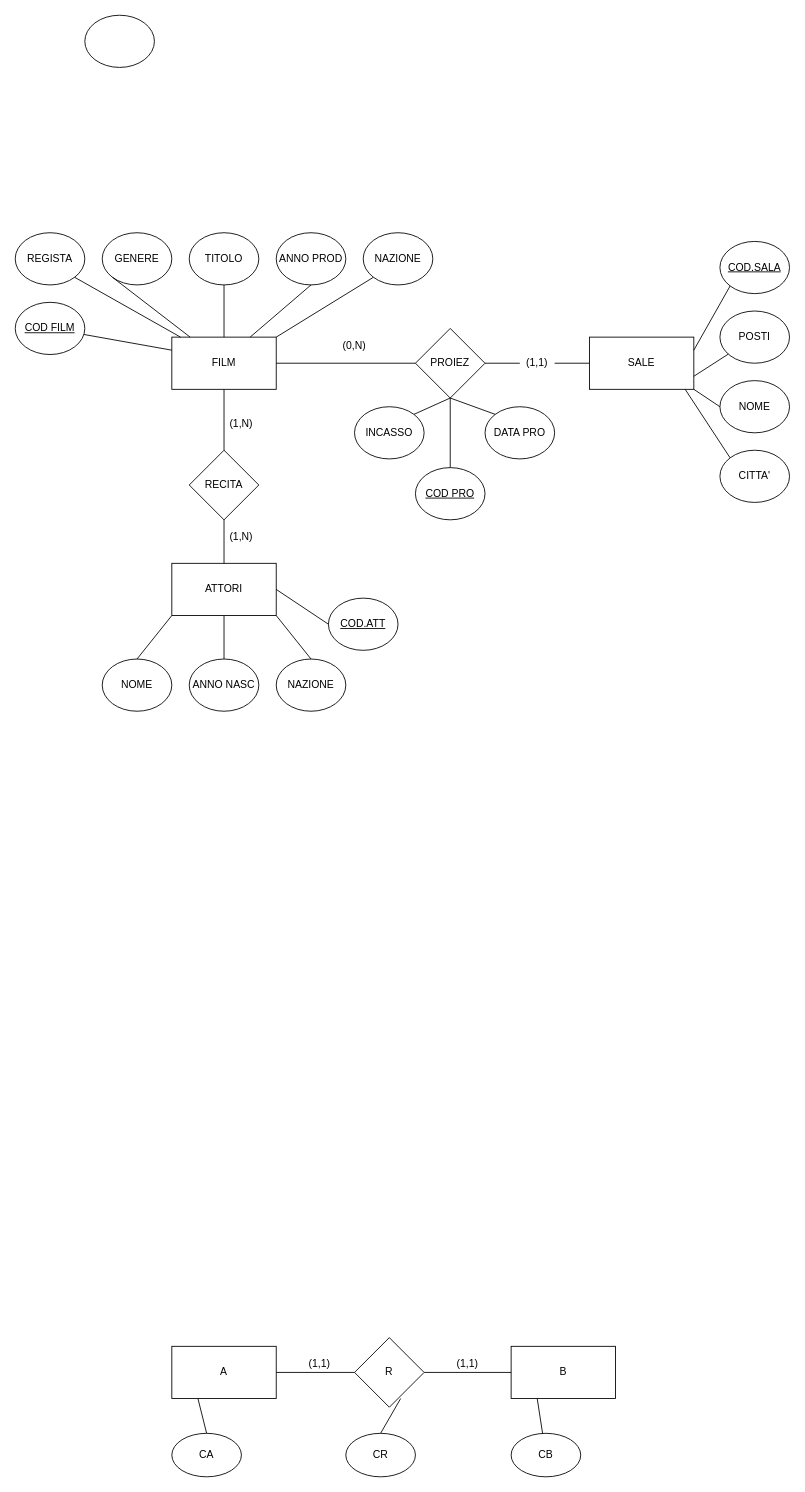
Above: cinema.drawio in LilAnciel/Project (draw.io), before the change. Source tidied: cells renumbered, new cells numbered last; positions are measured from the earlier drawing's top-left corner, leaving out a move shared by most shapes. Both pictures are drawn from the tidied source at 87%, with x=0, y=0 at pixel (15, 15).
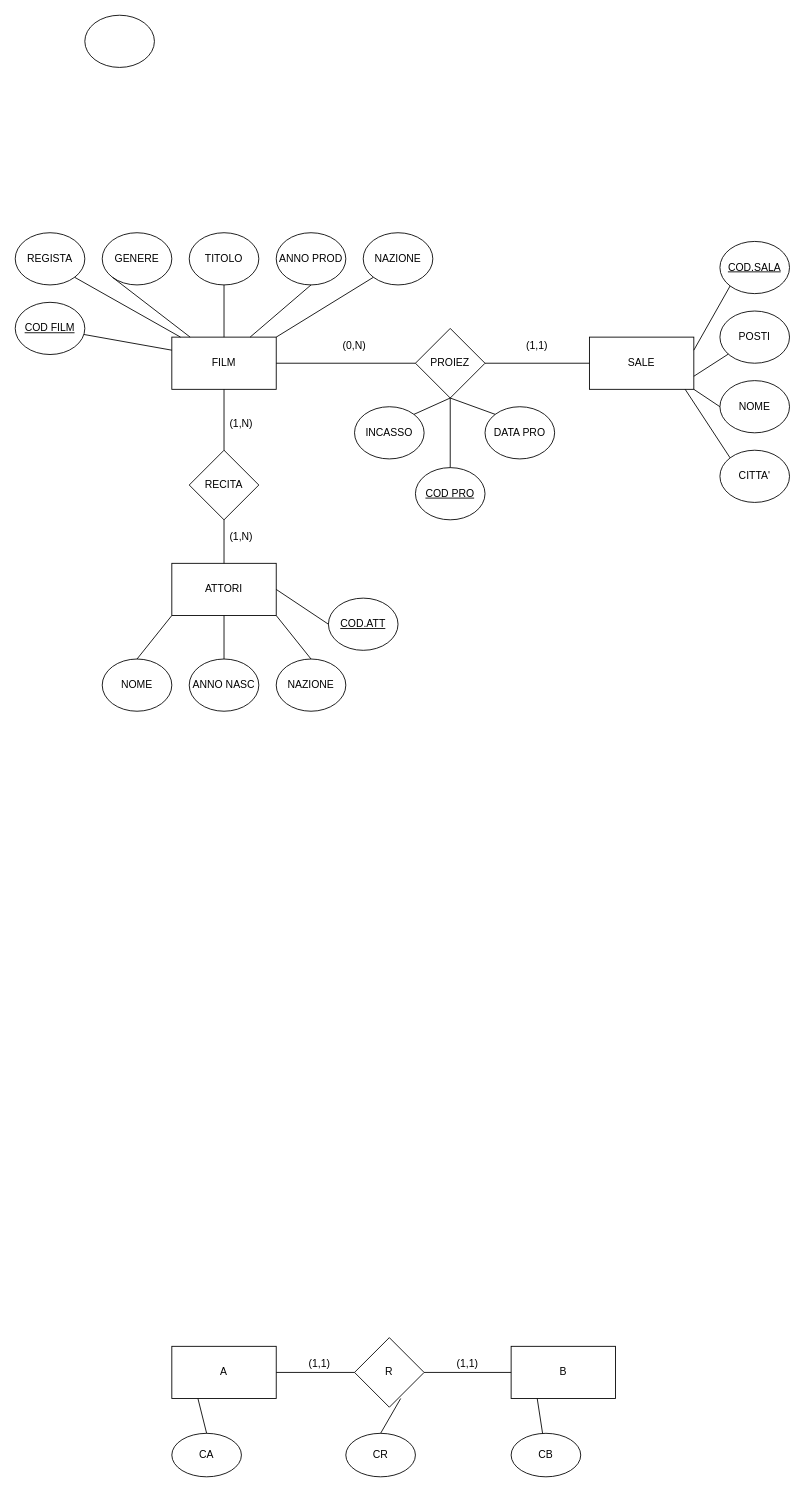
The same page after the edit.

The change refers to these unchanged cells:
```xml
<mxCell id="29" value="PROIEZ" style="rhombus;whiteSpace=wrap;html=1;" parent="1" vertex="1">
  <mxGeometry x="460" y="360" width="80" height="80" as="geometry" />
</mxCell>
<mxCell id="30" value="SALE" style="rounded=0;whiteSpace=wrap;html=1;" parent="1" vertex="1">
  <mxGeometry x="660" y="370" width="120" height="60" as="geometry" />
</mxCell>
```

Change to the diagram source:
```diff
@@
-    <mxCell id="32" style="endArrow=none;html=1;exitX=1;exitY=0.5;exitDx=0;exitDy=0;entryX=0;entryY=0.5;entryDx=0;entryDy=0;" parent="1" edge="1" source="61" target="30">
-      <mxGeometry relative="1" as="geometry" />
-    </mxCell>
@@
-    <mxCell id="61" value="(1,1)" style="text;html=1;strokeColor=none;fillColor=none;align=center;verticalAlign=middle;whiteSpace=wrap;rounded=0;" parent="1" vertex="1">
-      <mxGeometry x="580" y="390" width="40" height="20" as="geometry" />
-    </mxCell>
-    <mxCell id="62" style="endArrow=none;html=1;exitX=1;exitY=0.5;exitDx=0;exitDy=0;entryX=0;entryY=0.5;entryDx=0;entryDy=0;" parent="1" edge="1" source="29" target="61">
+    <mxCell id="62" style="endArrow=none;html=1;exitX=1;exitY=0.5;exitDx=0;exitDy=0;entryX=0;entryY=0.5;entryDx=0;entryDy=0;" parent="1" edge="1" source="29" target="30">
       <mxGeometry relative="1" as="geometry" />
     </mxCell>
@@
+    <mxCell id="61" value="(1,1)" style="text;html=1;strokeColor=none;fillColor=none;align=center;verticalAlign=middle;whiteSpace=wrap;rounded=0;" parent="1" vertex="1">
+      <mxGeometry x="580" y="370" width="40" height="20" as="geometry" />
+    </mxCell>
```
